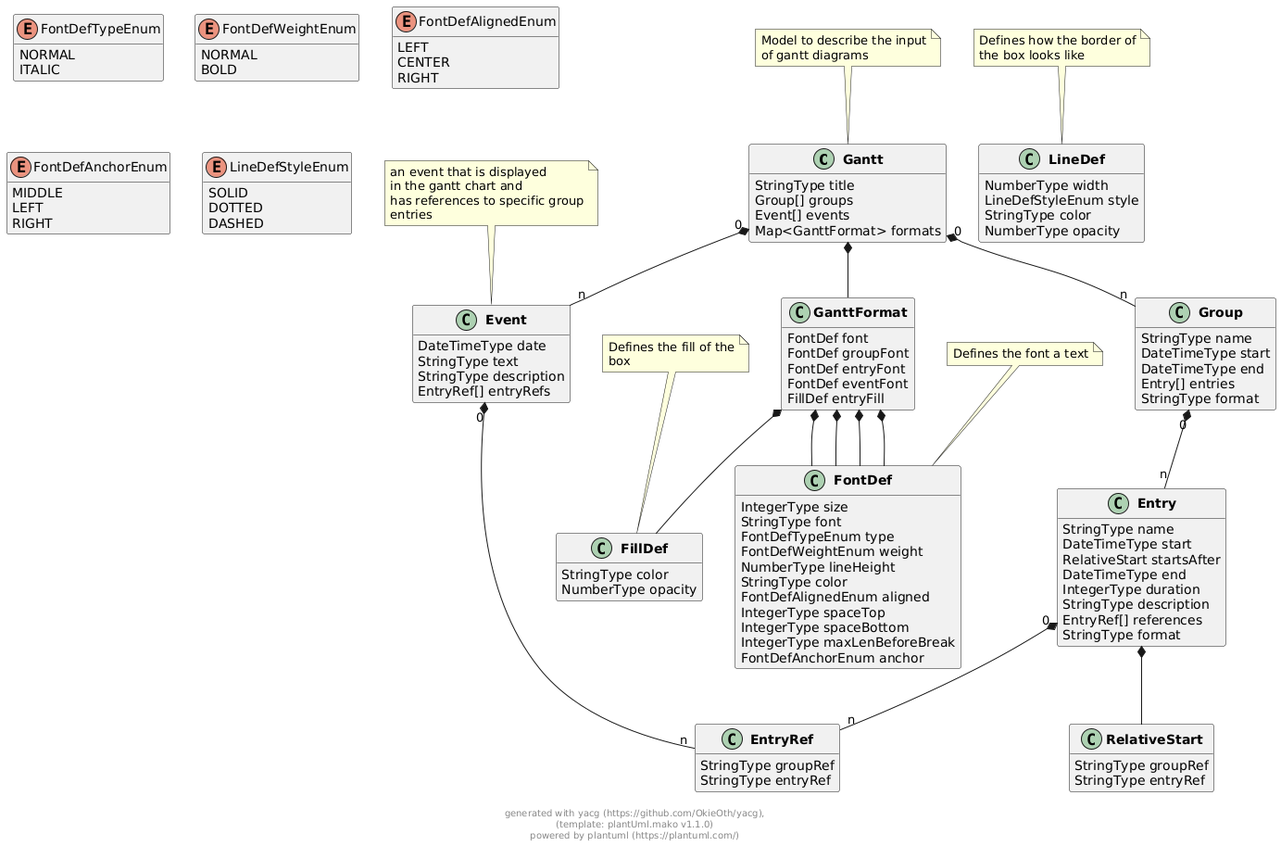
OkieOth/draw.chart.things keeps this PlantUML diagram as docs/models/png/gantt.png. Above is the earlier version.
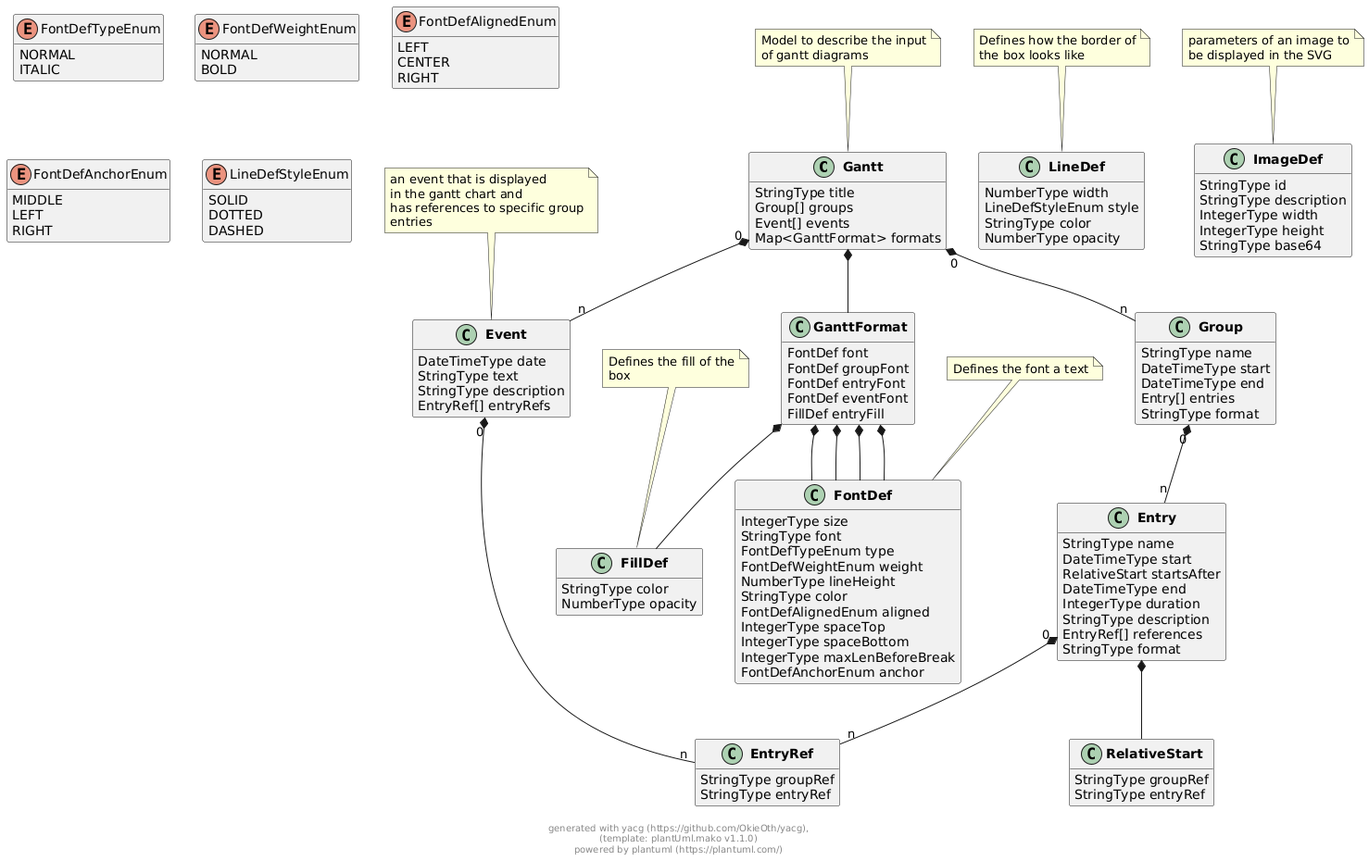
Later version of the same file.

What changed in the source:
```diff
@@ -134,6 +134,17 @@
 
 
 
+class "**ImageDef**" as ImageDef {
+        StringType id
+        StringType description
+        IntegerType width
+        IntegerType height
+        StringType base64
+}
+note top: parameters of an image to\nbe displayed in the SVG
+
+
+
 
 
 
@@ -211,5 +222,11 @@
 
 
 
+
+
+
+
+
+
 footer \ngenerated with yacg (https://github.com/OkieOth/yacg),\n(template: plantUml.mako v1.1.0)\npowered by plantuml (https://plantuml.com/)
 @enduml
```
